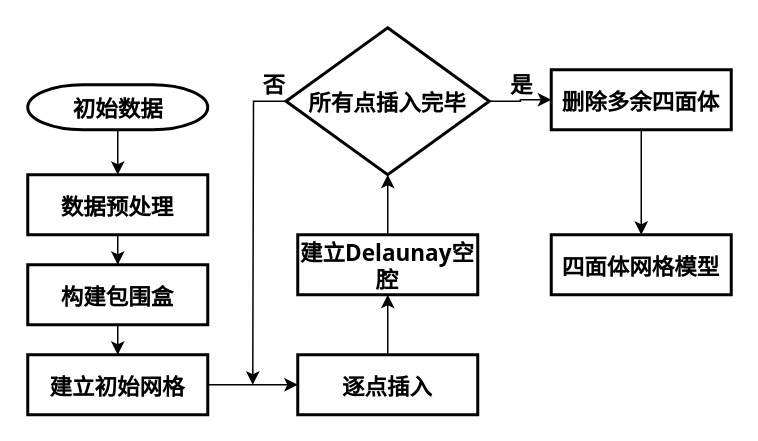
czbczl/huitu keeps this draw.io diagram as 四面体网格.drawio. Above is the earlier version. Source tidied: cells renumbered, new cells numbered last; positions are measured from the earlier drawing's top-left corner, leaving out a move shared by most shapes. Both pictures are drawn from the tidied source at 150%, with x=0, y=0 at pixel (27, 27).
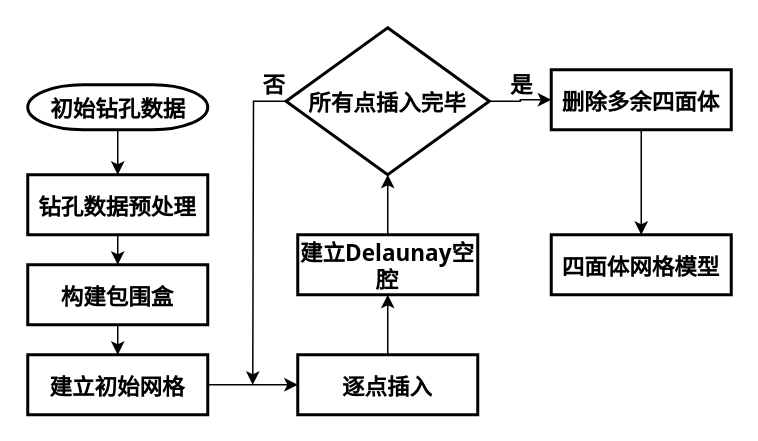
Above is the later version.

Commit message:
更新四面体网格.drawio

Change to the diagram source:
```diff
@@
-    <mxCell id="3" value="初始数据" style="shape=mxgraph.flowchart.terminator;strokeWidth=2;gradientColor=none;gradientDirection=north;fontStyle=1;html=1;fontFamily=Tahoma;fontSize=15;" parent="1" vertex="1">
+    <mxCell id="3" value="初始钻孔数据" style="shape=mxgraph.flowchart.terminator;strokeWidth=2;gradientColor=none;gradientDirection=north;fontStyle=1;html=1;fontFamily=Tahoma;fontSize=15;" parent="1" vertex="1">
       <mxGeometry y="38" width="120" height="30" as="geometry" />
     </mxCell>
@@
-    <mxCell id="5" value="数据预处理" style="whiteSpace=wrap;html=1;fontStyle=1;strokeWidth=2;gradientDirection=north;fontFamily=Tahoma;fontSize=15;" parent="1" vertex="1">
+    <mxCell id="5" value="钻孔数据预处理" style="whiteSpace=wrap;html=1;fontStyle=1;strokeWidth=2;gradientDirection=north;fontFamily=Tahoma;fontSize=15;" parent="1" vertex="1">
       <mxGeometry y="98" width="120" height="40" as="geometry" />
     </mxCell>
```
